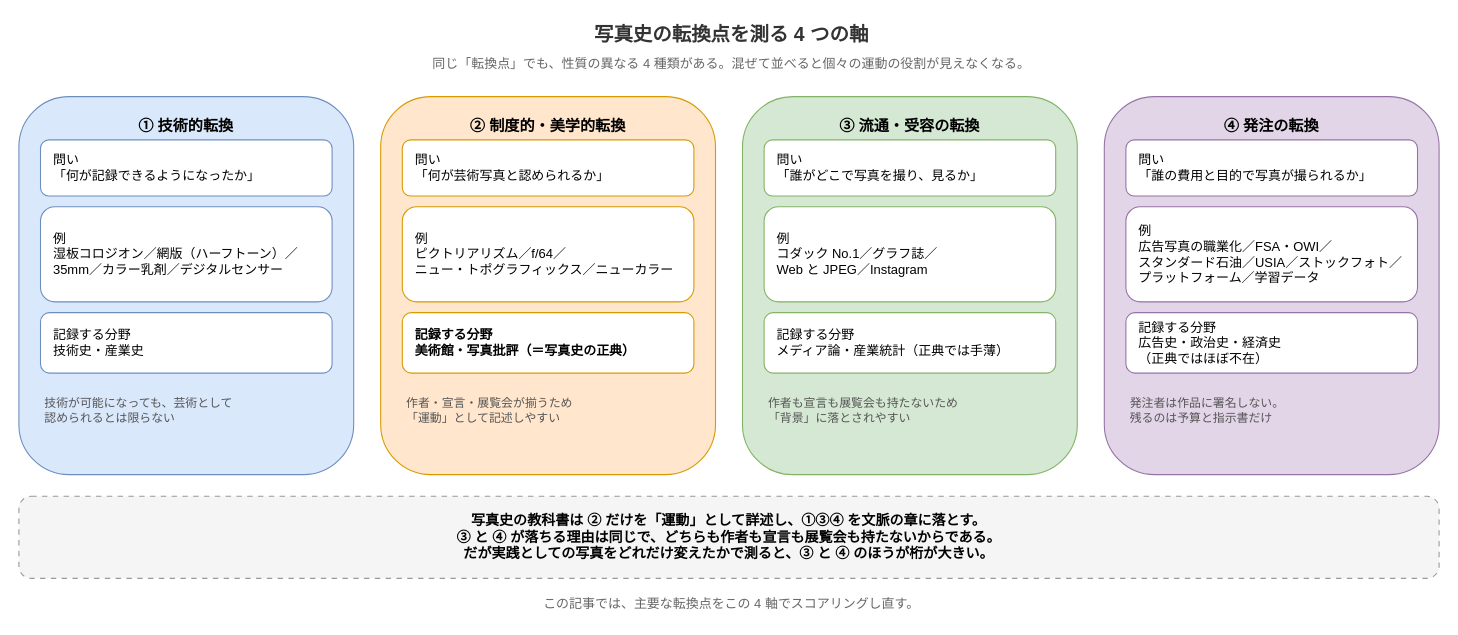
Earlier version of the draw.io diagram static/images/photography-history-four-axes.drawio (hdknr/blogs). Source tidied: cells renumbered, new cells numbered last; positions are measured from the earlier drawing's top-left corner, leaving out a move shared by most shapes. Both pictures are drawn from the tidied source at 108%, with x=0, y=0 at pixel (18, 18).
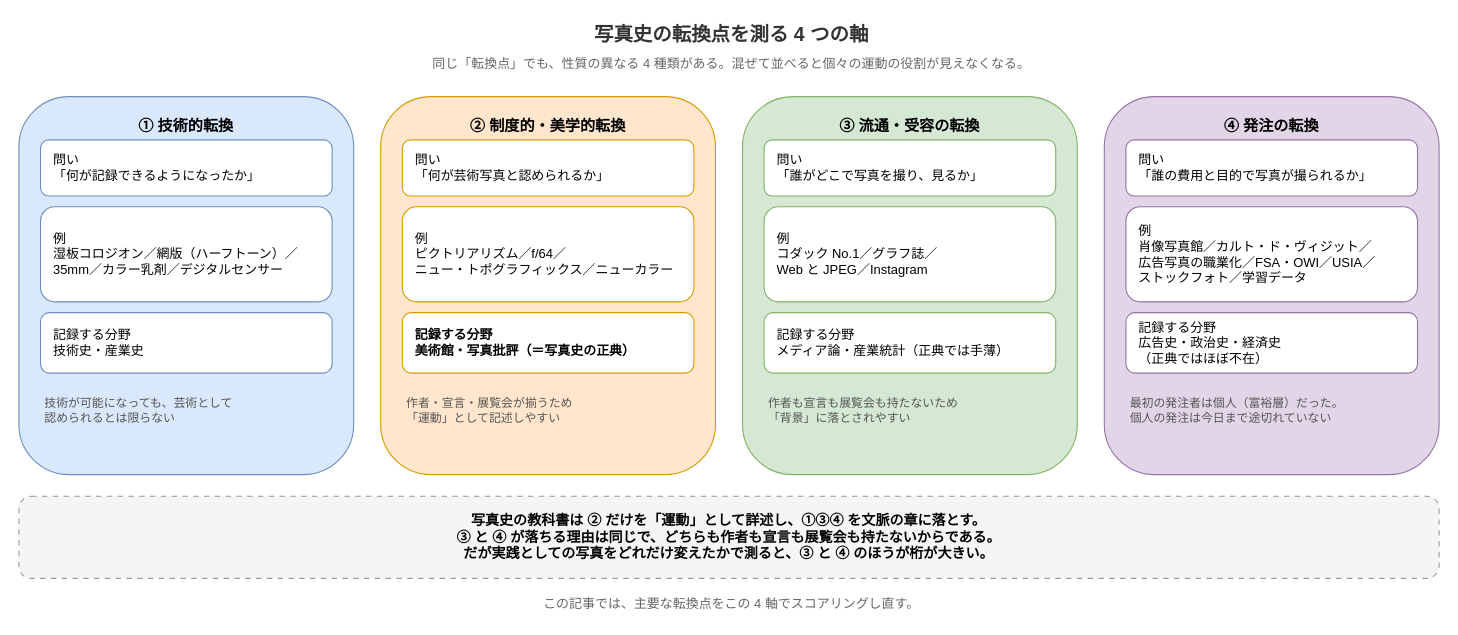
The same page after the edit.

Change to the diagram source:
```diff
@@
-    <mxCell id="21" value="例&#10;広告写真の職業化／FSA・OWI／&#10;スタンダード石油／USIA／ストックフォト／&#10;プラットフォーム／学習データ" style="rounded=1;whiteSpace=wrap;html=1;fillColor=#ffffff;strokeColor=#9673a6;fontSize=12;align=left;spacingLeft=10;verticalAlign=middle;" parent="1" vertex="1">
+    <mxCell id="21" value="例&#10;肖像写真館／カルト・ド・ヴィジット／&#10;広告写真の職業化／FSA・OWI／USIA／&#10;ストックフォト／学習データ" style="rounded=1;whiteSpace=wrap;html=1;fillColor=#ffffff;strokeColor=#9673a6;fontSize=12;align=left;spacingLeft=10;verticalAlign=middle;" parent="1" vertex="1">
       <mxGeometry x="1025" y="174" width="270" height="88" as="geometry" />
     </mxCell>
@@
-    <mxCell id="23" value="発注者は作品に署名しない。&#10;残るのは予算と指示書だけ" style="text;html=1;fontSize=11;align=left;verticalAlign=middle;fontColor=#555555;whiteSpace=wrap;" parent="1" vertex="1">
+    <mxCell id="23" value="最初の発注者は個人（富裕層）だった。&#10;個人の発注は今日まで途切れていない" style="text;html=1;fontSize=11;align=left;verticalAlign=middle;fontColor=#555555;whiteSpace=wrap;" parent="1" vertex="1">
       <mxGeometry x="1027" y="336" width="270" height="54" as="geometry" />
     </mxCell>
```
